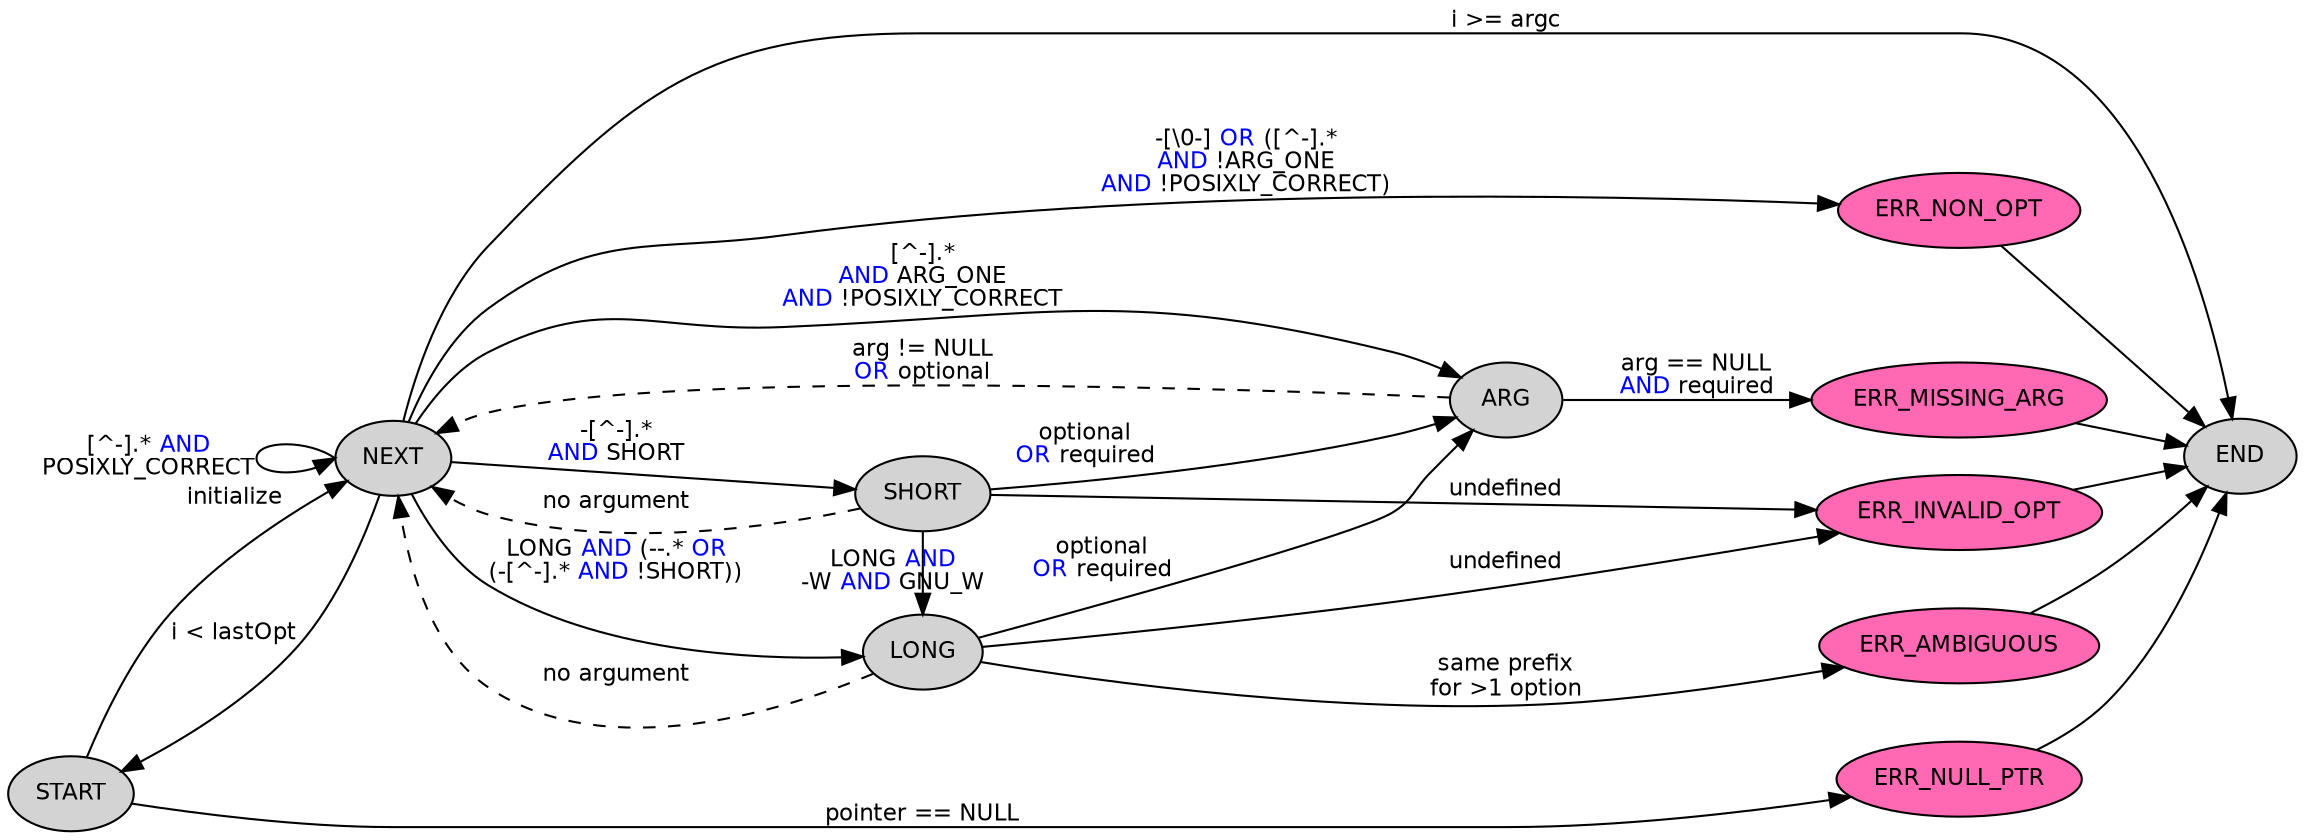
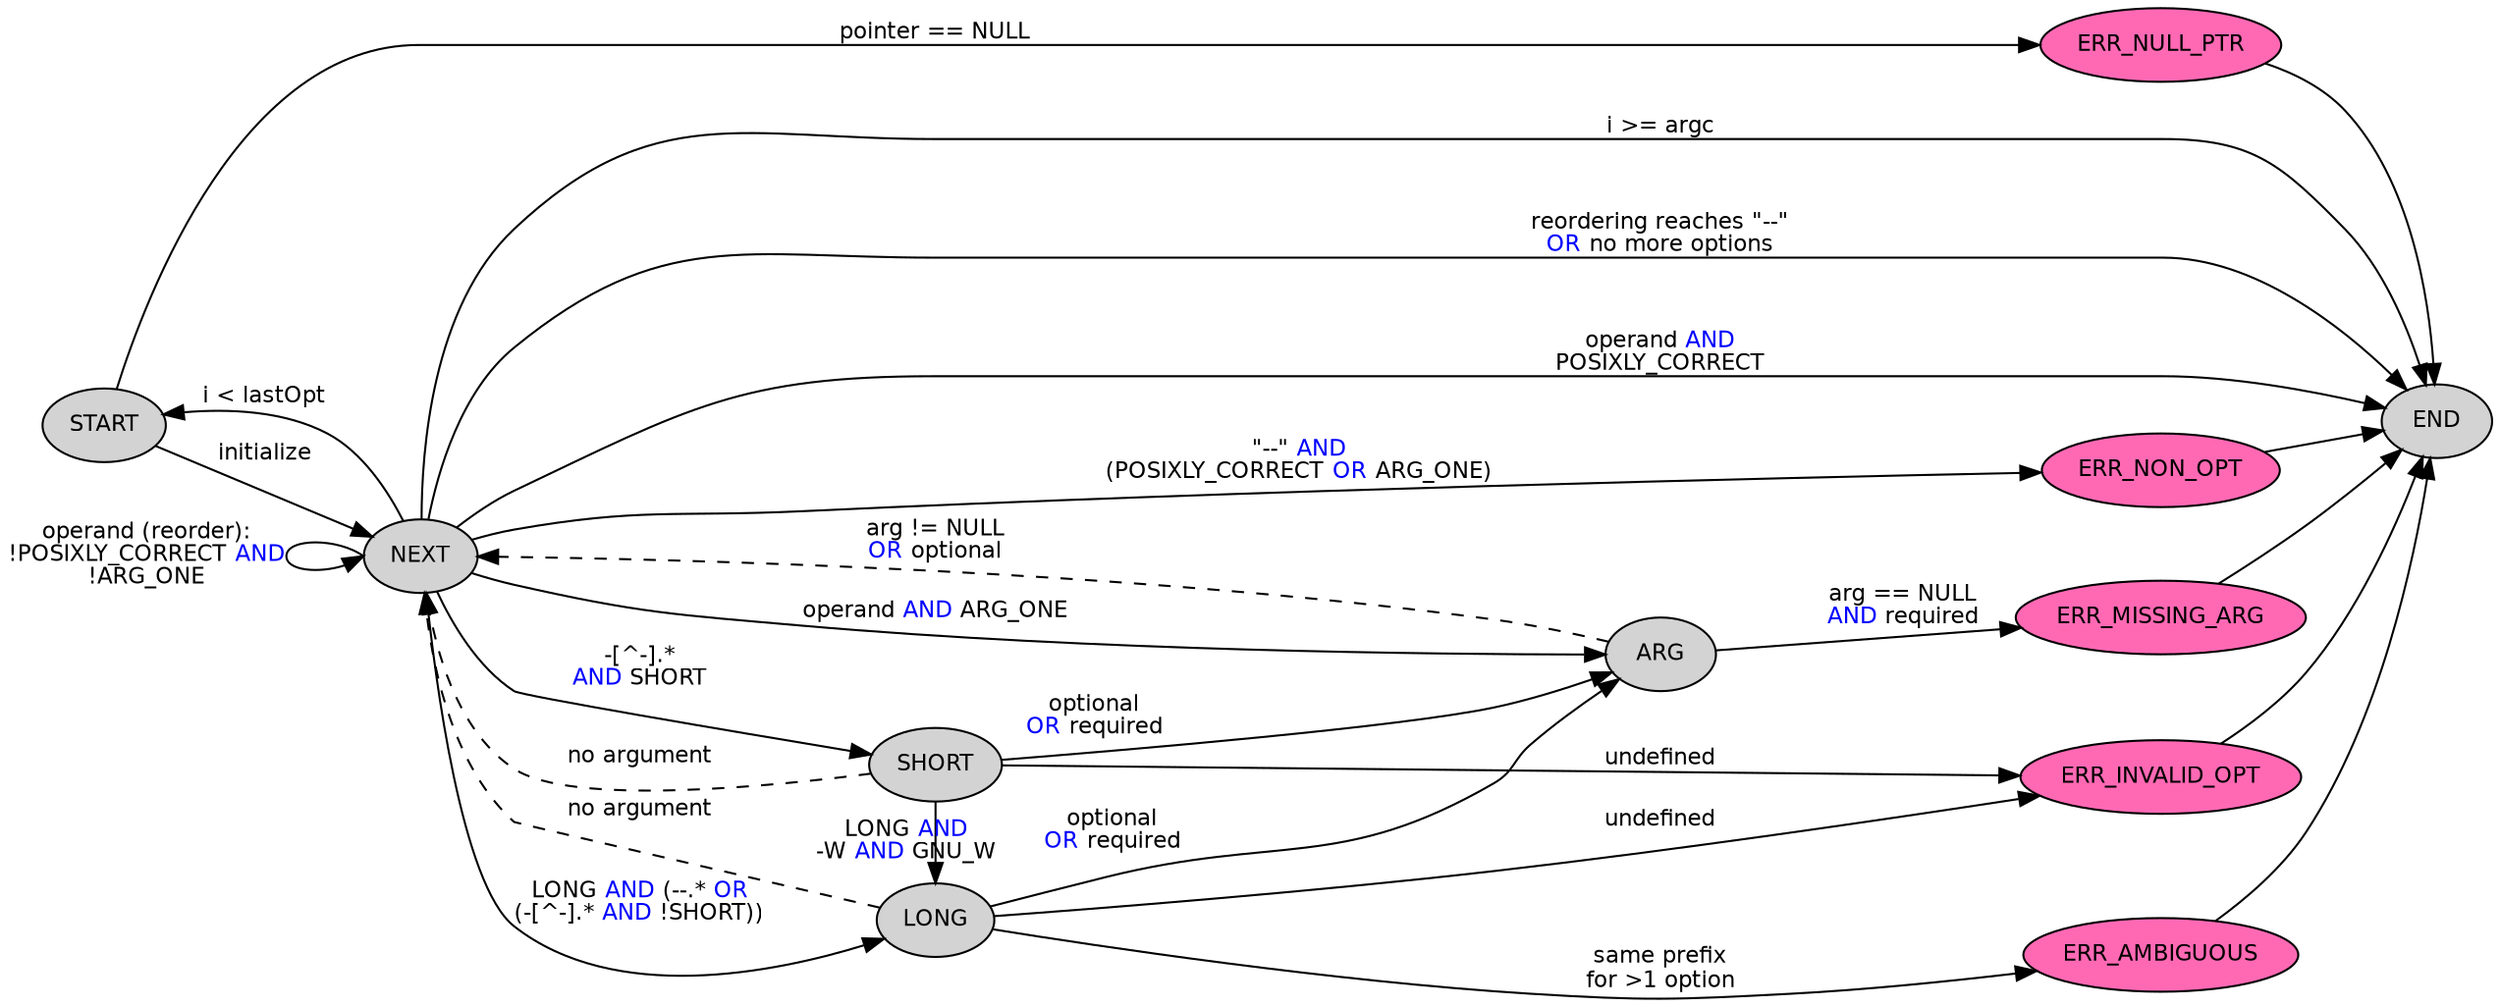
digraph ARGP_FUNC {
	# dashed lines indicate that the transition returns the value to the user
+ 	# "operand" denotes a non-option argument: [^-].* or a lone "-"
+ 	# default mode reorders operands behind the options (GNU getopt)
	rankdir=LR;
	graph [fontsize=11, fontname=helvetica];
	node [style=filled, fillcolor=lightgray, fontsize=11, fontname=helvetica];
	edge [fontsize=11, fontname=helvetica];
	START -> NEXT [label="initialize"];
	subgraph ERRORS {
		node [fillcolor=hotpink];
		ERR_NON_OPT ERR_NULL_PTR ERR_INVALID_OPT ERR_MISSING_ARG ERR_AMBIGUOUS;
	}
	START -> ERR_NULL_PTR [label="pointer == NULL"];
	NEXT -> START [label="i < lastOpt", constraint=false];
	NEXT -> END [label="i >= argc"];
- 	NEXT:w -> NEXT:w [label=<[^-].* <FONT COLOR="blue">AND</FONT><BR/>POSIXLY_CORRECT>];
- 	NEXT -> ARG [label=<[^-].*<BR/><FONT COLOR="blue">AND </FONT>ARG_ONE<BR/><FONT COLOR="blue">AND </FONT>!POSIXLY_CORRECT>];
+ 	NEXT:w -> NEXT:w [label=<operand (reorder):<BR/>!POSIXLY_CORRECT <FONT COLOR="blue">AND</FONT><BR/>!ARG_ONE>];
+ 	NEXT -> END [label=<reordering reaches "--"<BR/><FONT COLOR="blue">OR </FONT>no more options>];
+ 	NEXT -> END [label=<operand <FONT COLOR="blue">AND</FONT><BR/>POSIXLY_CORRECT>];
+ 	NEXT -> ARG [label=<operand <FONT COLOR="blue">AND </FONT>ARG_ONE>];
	NEXT -> SHORT [label=<-[^-].*<BR/><FONT COLOR="blue">AND </FONT>SHORT>];
	NEXT -> LONG [label=<LONG <FONT COLOR="blue">AND </FONT>(--.* <FONT COLOR="blue">OR</FONT><BR/>(-[^-].* <FONT COLOR="blue">AND </FONT>!SHORT))>];
- 	NEXT -> ERR_NON_OPT [label=<-[\0-] <FONT COLOR="blue">OR </FONT>([^-].*<BR/><FONT COLOR="blue">AND </FONT>!ARG_ONE<BR/><FONT COLOR="blue">AND </FONT>!POSIXLY_CORRECT)>];
+ 	NEXT -> ERR_NON_OPT [label=<"--" <FONT COLOR="blue">AND</FONT><BR/>(POSIXLY_CORRECT <FONT COLOR="blue">OR </FONT>ARG_ONE)>];
	ARG -> ERR_MISSING_ARG [label=<arg == NULL<BR/><FONT COLOR="blue">AND </FONT>required>];
	ARG -> NEXT [label=<arg != NULL<BR/><FONT COLOR="blue">OR </FONT>optional>, style=dashed];
	SHORT -> LONG [label=<LONG <FONT COLOR="blue">AND</FONT><BR/>-W <FONT COLOR="blue">AND </FONT>GNU_W>];
	SHORT -> ARG [label="   ", taillabel=<optional<BR/><FONT COLOR="blue">OR </FONT>required>, labeldistance="5", labelangle="20"];
	SHORT -> NEXT [label="no argument", style=dashed];
	SHORT -> ERR_INVALID_OPT [label="undefined"];
	LONG -> ARG [label="   ", taillabel=<optional<BR/><FONT COLOR="blue">OR </FONT>required>, labeldistance="7", labelangle="17"];
	LONG -> NEXT [label="no argument", style=dashed];
	LONG -> ERR_INVALID_OPT [label="undefined"];
	LONG -> ERR_AMBIGUOUS [label="same prefix\nfor >1 option"];
	ERR_NON_OPT -> END;
	ERR_NULL_PTR -> END;
	ERR_INVALID_OPT -> END;
	ERR_MISSING_ARG -> END;
	ERR_AMBIGUOUS -> END;
	{ rank=same; SHORT LONG }
	{ rank=same; ERR_NON_OPT ERR_NULL_PTR ERR_INVALID_OPT ERR_MISSING_ARG ERR_AMBIGUOUS }
}